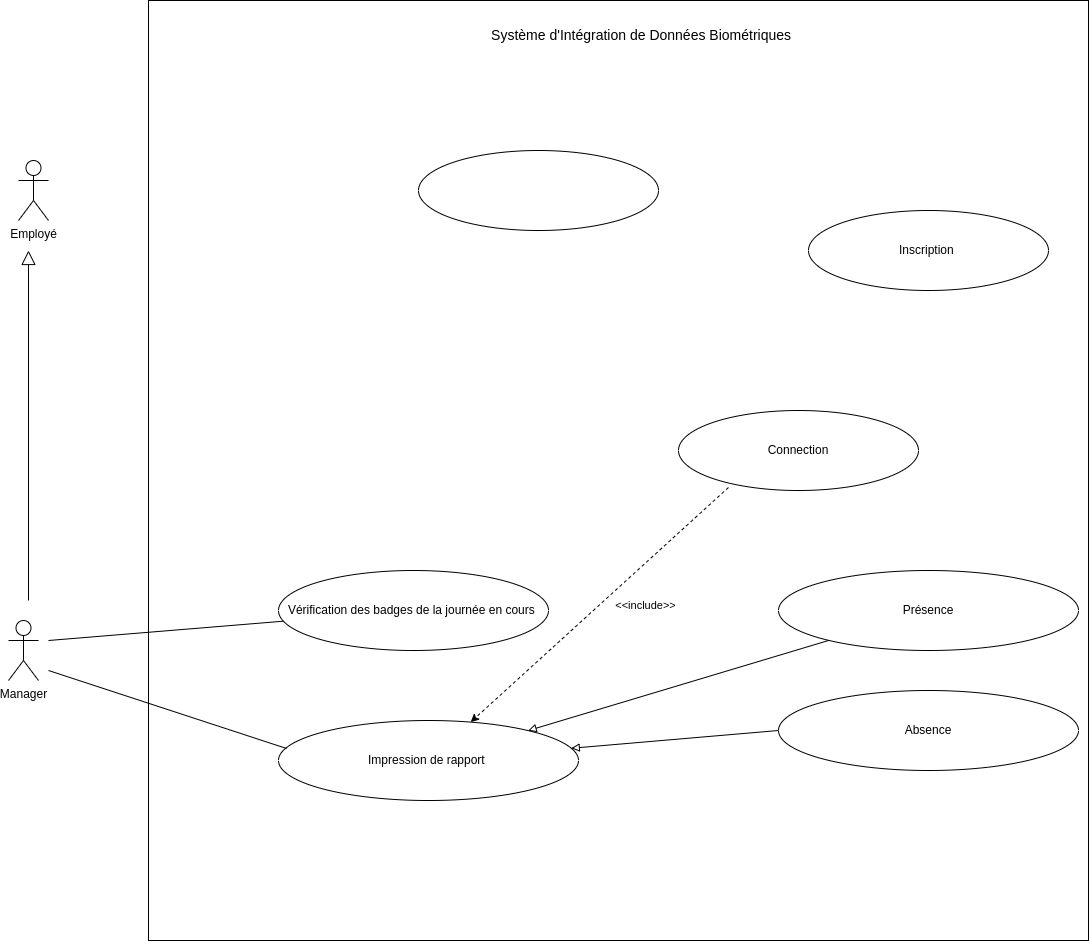
Earlier version of the draw.io export static/Diagramme de cas d'utilisation.drawio.png (Siluearsene/borne_biometrique). Source tidied: cells renumbered, new cells last; positions are measured from the earlier drawing's top-left corner, leaving out a move shared by most shapes.
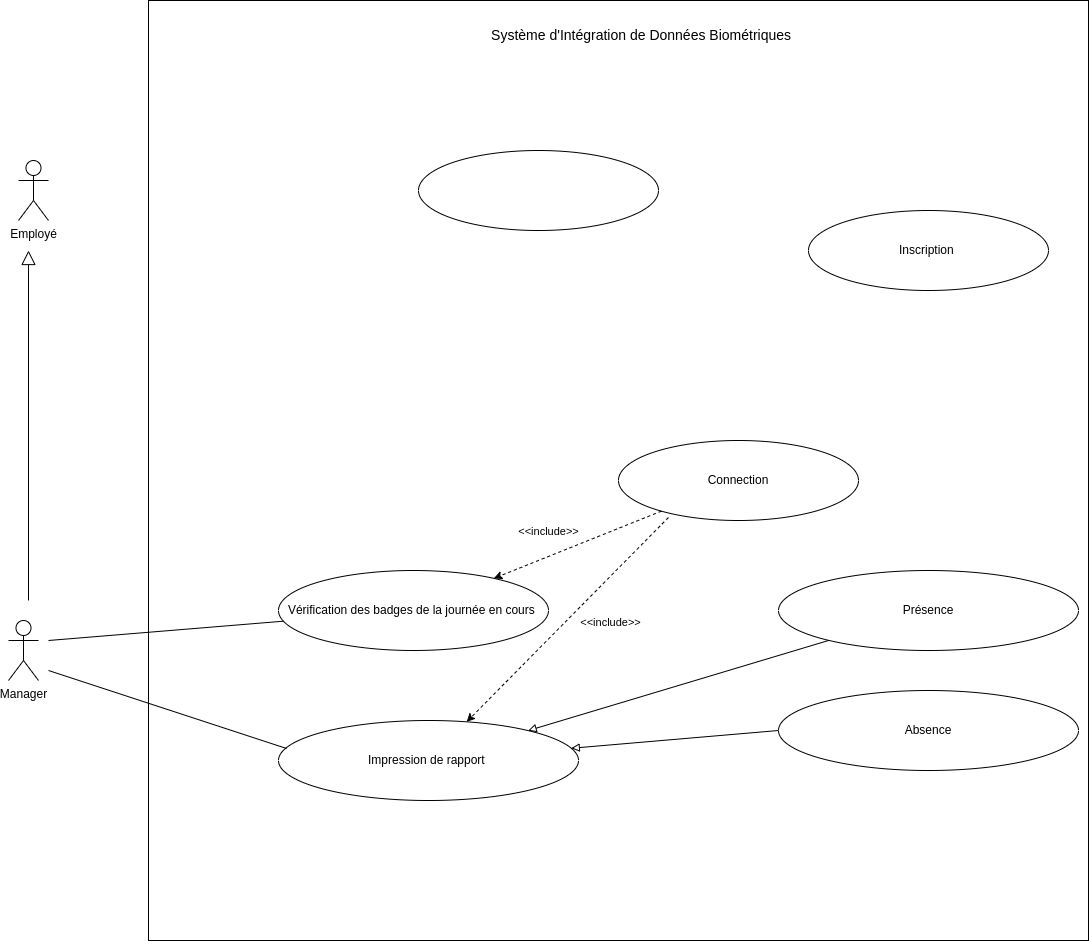
Above is the later version.

Commit message:
Mettre à jour Diagramme de cas d'utilisation.drawio.png

What changed in the source:
```diff
@@ -24,7 +24,7 @@
       <mxGeometry x="410" y="150" width="240" height="80" as="geometry" />
     </mxCell>
     <mxCell id="8" value="Connection" style="ellipse;whiteSpace=wrap;html=1;" parent="1" vertex="1">
-      <mxGeometry x="670" y="410" width="240" height="80" as="geometry" />
+      <mxGeometry x="610" y="440" width="240" height="80" as="geometry" />
     </mxCell>
     <mxCell id="9" value="Vérification des badges de la journée en cours&amp;nbsp;" style="ellipse;whiteSpace=wrap;html=1;" parent="1" vertex="1">
       <mxGeometry x="270" y="570" width="270" height="80" as="geometry" />
@@ -65,5 +65,13 @@
     <mxCell id="19" value="Inscription&amp;nbsp;" style="ellipse;whiteSpace=wrap;html=1;" parent="1" vertex="1">
       <mxGeometry x="800" y="210" width="240" height="80" as="geometry" />
     </mxCell>
+    <mxCell id="20" style="endArrow=classic;html=1;rounded=0;dashed=1;" parent="1" edge="1" source="8" target="9">
+      <mxGeometry relative="1" as="geometry" />
+    </mxCell>
+    <mxCell id="21" value="&lt;font style=&quot;font-size: 11px;&quot;&gt;&amp;lt;&amp;lt;include&amp;gt;&lt;/font&gt;&amp;gt;" style="edgeLabel;html=1;align=center;verticalAlign=middle;" parent="20" vertex="1">
+      <mxGeometry x="-0.08" y="2" relative="1" as="geometry">
+        <mxPoint x="-37" y="-13" as="offset" />
+      </mxGeometry>
+    </mxCell>
   </root>
 </mxGraphModel>
```
